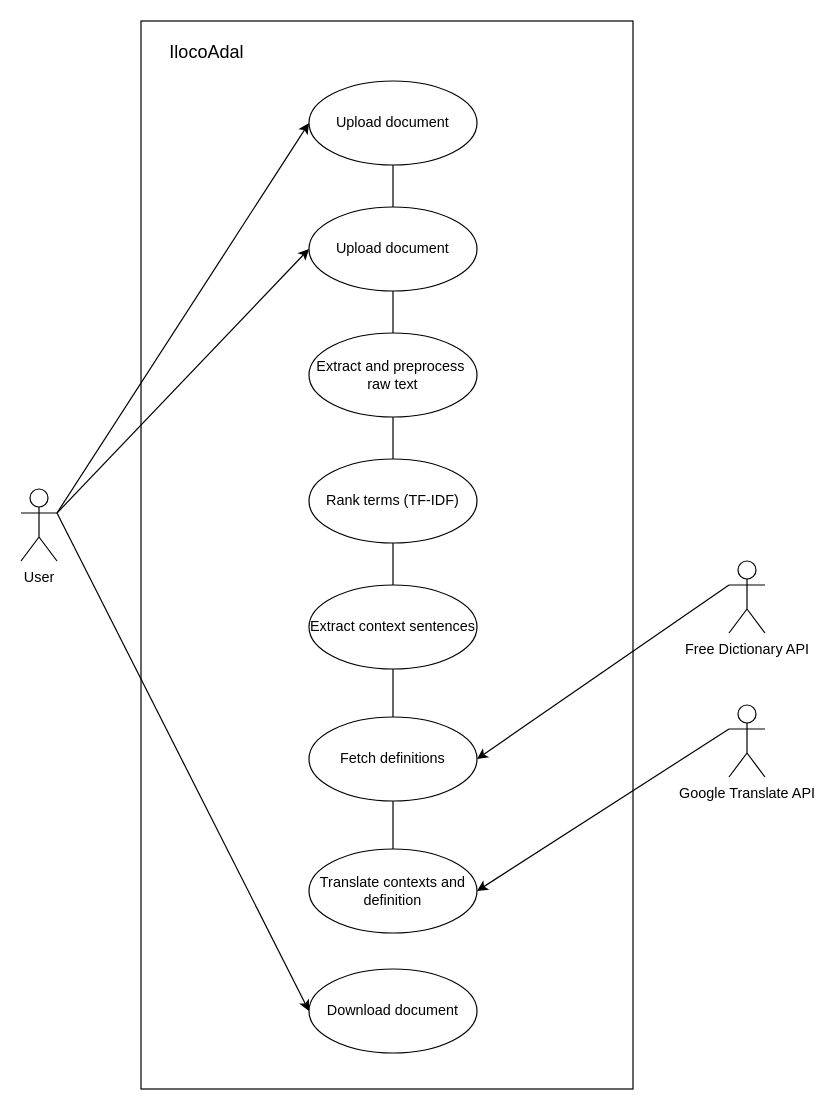
Earlier version of the draw.io diagram UCDiagram/UCD-Pancit.drawio (Rndel01/IlocoAdal). Source tidied: cells renumbered, new cells numbered last; positions are measured from the earlier drawing's top-left corner, leaving out a move shared by most shapes. Both pictures are drawn from the tidied source at 120%, with x=0, y=0 at pixel (20, 20).
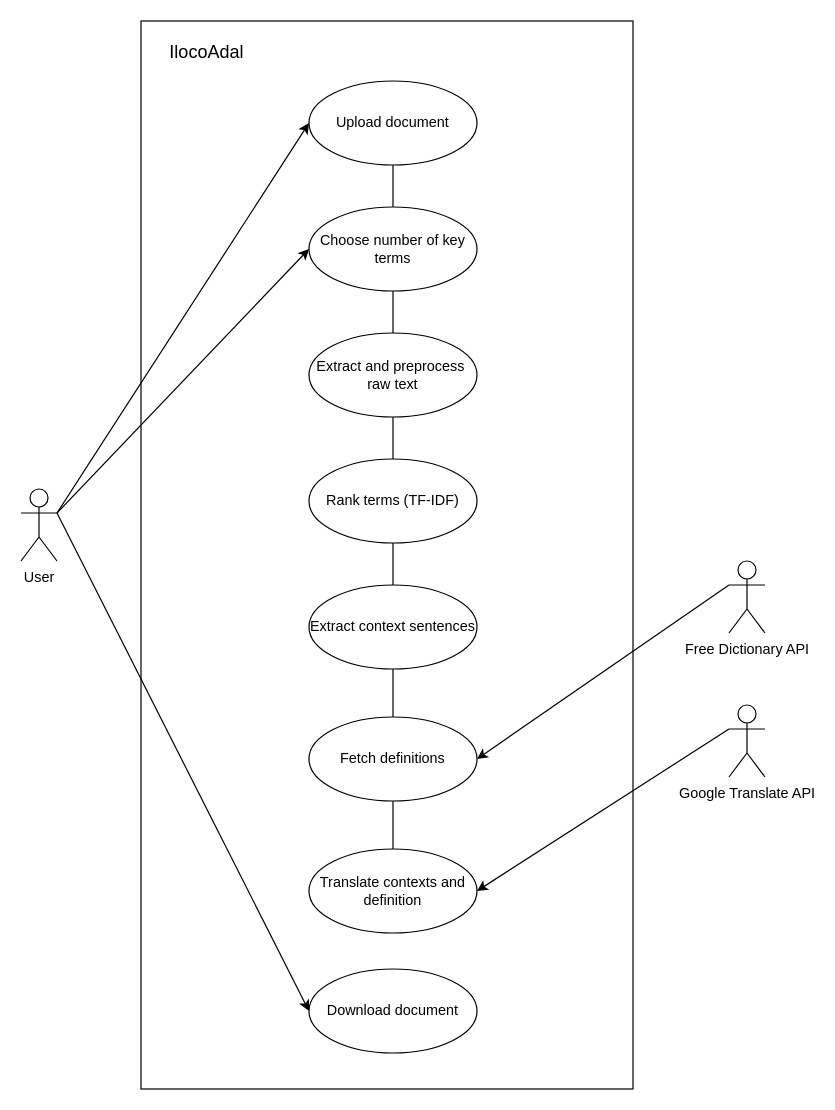
The same page after the edit.

Commit message (it also covers changes not shown here):
Updated Use Case Diagram

What changed in the source:
```diff
@@
-    <mxCell id="24" value="Upload document" style="ellipse;whiteSpace=wrap;html=1;" parent="1" vertex="1">
+    <mxCell id="24" value="Choose number of key terms" style="ellipse;whiteSpace=wrap;html=1;" parent="1" vertex="1">
       <mxGeometry x="240" y="155" width="140" height="70" as="geometry" />
     </mxCell>
```
